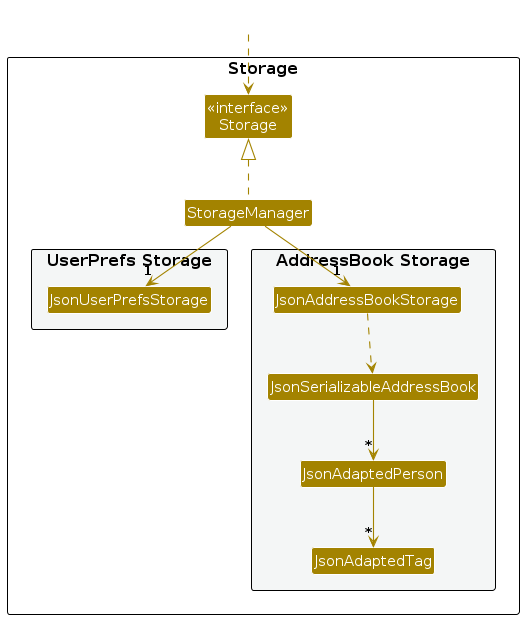
Earlier version of the PlantUML export diagrams/StorageClassDiagram.png (AY2627S1-CS2103T-T08-2/tp). Its source is kept beside it as diagrams/StorageClassDiagram.puml. Its diagram source:
```plantuml
@startuml
!include style.puml
skinparam arrowThickness 1.1
skinparam arrowColor STORAGE_COLOR
skinparam classBackgroundColor STORAGE_COLOR

package Storage as StoragePackage {

Class "<<interface>>\nStorage" as Storage
Class StorageManager

package "UserPrefs Storage" #F4F6F6{
Class JsonUserPrefsStorage
}

package "AddressBook Storage" #F4F6F6{
Class JsonAddressBookStorage
Class JsonSerializableAddressBook
Class JsonAdaptedPerson
Class JsonAdaptedTag
}

}

Class HiddenOutside #FFFFFF
HiddenOutside ..> Storage

StorageManager .up.|> Storage
StorageManager -down-> "1" JsonUserPrefsStorage
StorageManager -down-> "1" JsonAddressBookStorage

JsonAddressBookStorage ..> JsonSerializableAddressBook
JsonSerializableAddressBook --> "*" JsonAdaptedPerson
JsonAdaptedPerson --> "*" JsonAdaptedTag

@enduml
```
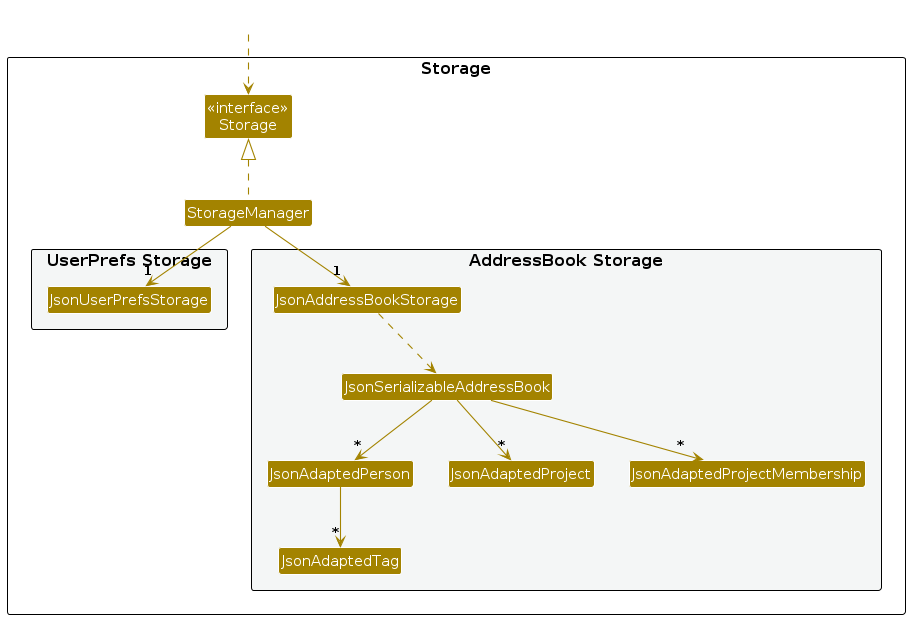
After the commit.

Change to the diagram source:
```diff
@@ -17,6 +17,8 @@
 Class JsonAddressBookStorage
 Class JsonSerializableAddressBook
 Class JsonAdaptedPerson
+Class JsonAdaptedProject
+Class JsonAdaptedProjectMembership
 Class JsonAdaptedTag
 }
 
@@ -31,6 +33,8 @@
 
 JsonAddressBookStorage ..> JsonSerializableAddressBook
 JsonSerializableAddressBook --> "*" JsonAdaptedPerson
+JsonSerializableAddressBook --> "*" JsonAdaptedProject
+JsonSerializableAddressBook --> "*" JsonAdaptedProjectMembership
 JsonAdaptedPerson --> "*" JsonAdaptedTag
 
 @enduml
```
